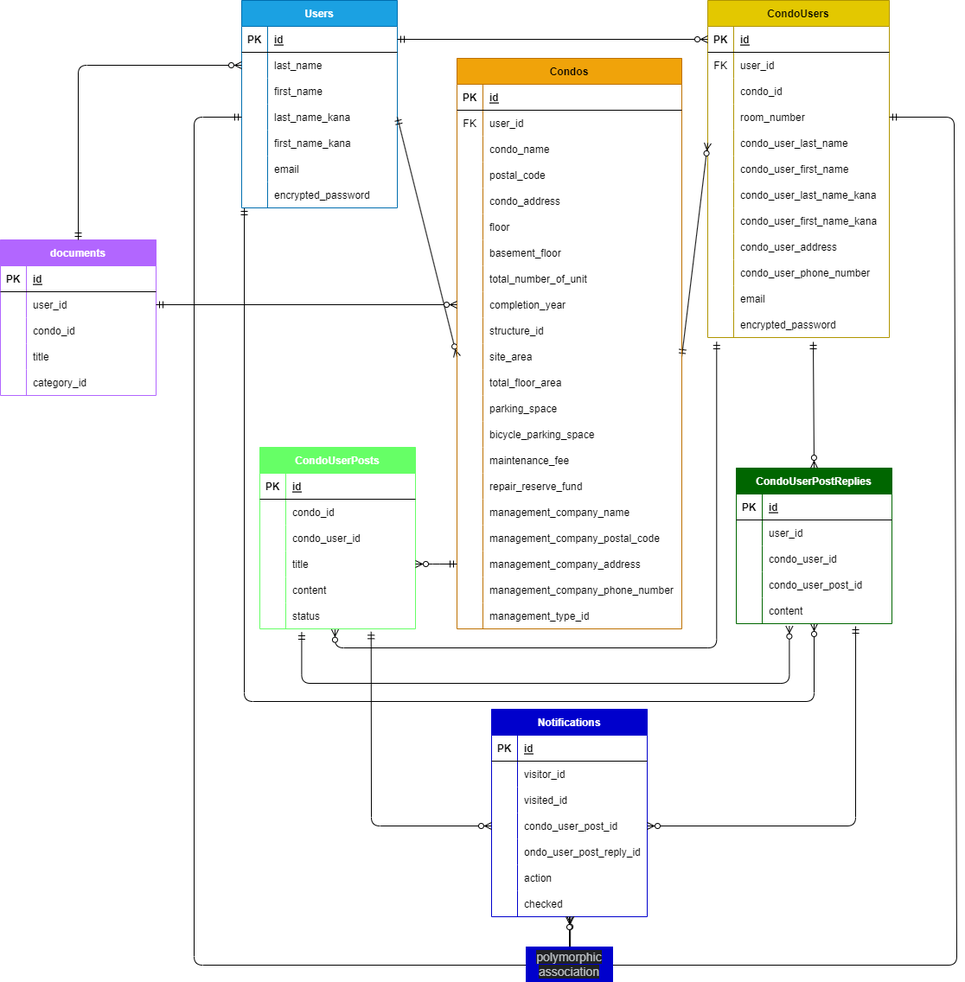
Earlier version of the draw.io export ER.drawio.png (sumachanabc/Rem). Source tidied: cells renumbered, new cells last; positions are measured from the earlier drawing's top-left corner, leaving out a move shared by most shapes.
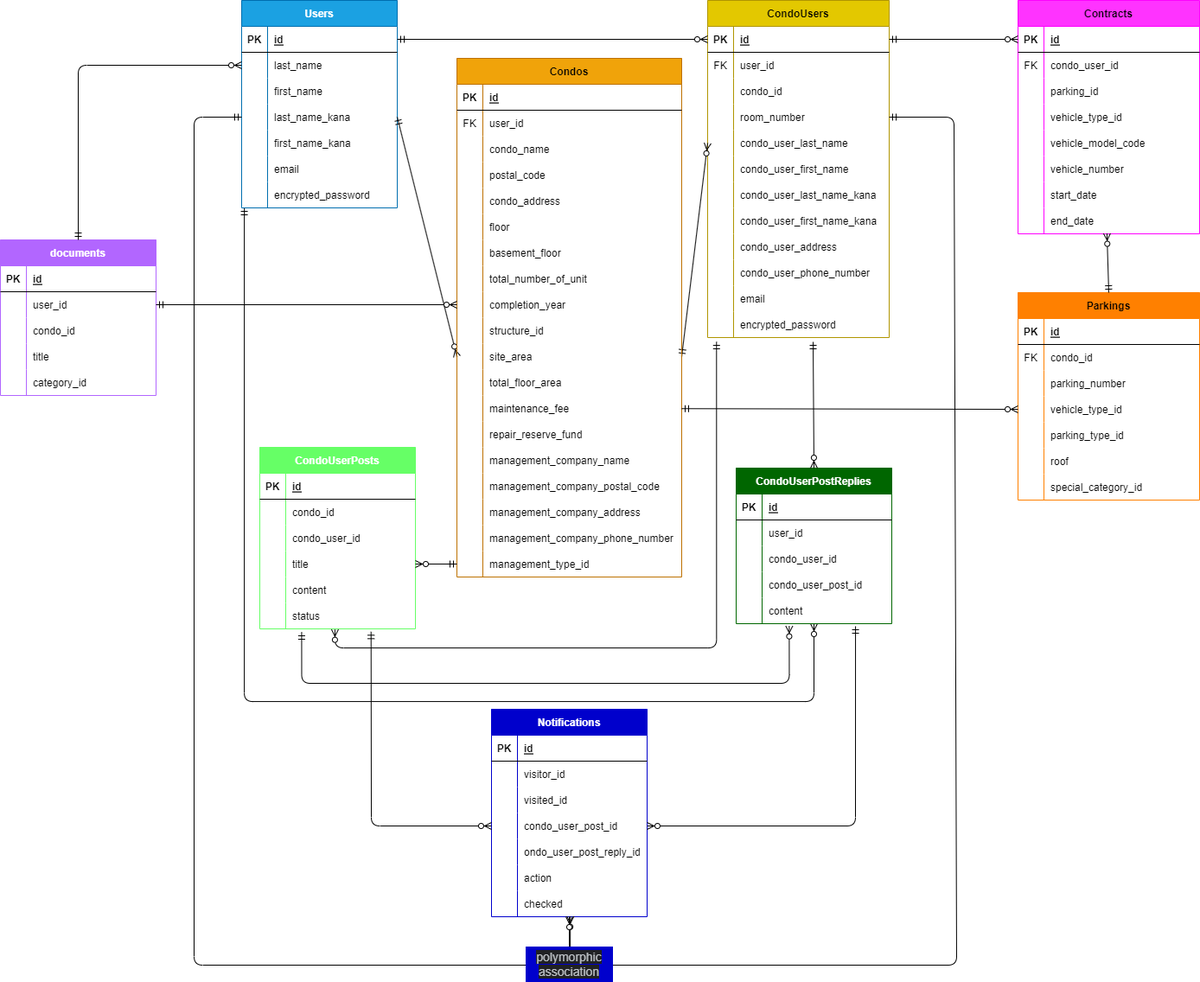
After the commit.

The edit, as a diff of the source:
```diff
@@ -301,7 +301,7 @@
       <mxGeometry relative="1" as="geometry" />
     </mxCell>
     <mxCell id="100" value="Condos" style="shape=table;startSize=30;rowLines=0;fontStyle=1;align=center;fillColor=#f0a30a;fontColor=#000000;strokeColor=#BD7000;" parent="1" vertex="1">
-      <mxGeometry x="528" y="67" width="260" height="660" as="geometry" />
+      <mxGeometry x="528" y="67" width="260" height="600" as="geometry" />
     </mxCell>
     <mxCell id="101" style="shape=tableRow;horizontal=0;startSize=0;swimlaneHead=0;swimlaneBody=0;fillColor=none;top=0;left=0;right=0;bottom=1;" parent="100" vertex="1">
       <mxGeometry y="30" width="260" height="30" as="geometry" />
@@ -411,26 +411,8 @@
     <mxCell id="136" value="total_floor_area" style="shape=partialRectangle;fillColor=none;top=0;left=0;bottom=0;right=0;align=left;spacingLeft=6;overflow=hidden;" parent="134" vertex="1">
       <mxGeometry x="30" width="230" height="30" as="geometry" />
     </mxCell>
-    <mxCell id="137" style="shape=tableRow;horizontal=0;startSize=0;swimlaneHead=0;swimlaneBody=0;fillColor=none;top=0;left=0;right=0;bottom=0;" parent="100" vertex="1">
-      <mxGeometry y="390" width="260" height="30" as="geometry" />
-    </mxCell>
-    <mxCell id="138" style="shape=partialRectangle;fillColor=none;top=0;left=0;bottom=0;right=0;overflow=hidden;" parent="137" vertex="1">
-      <mxGeometry width="30" height="30" as="geometry" />
-    </mxCell>
-    <mxCell id="139" value="parking_space" style="shape=partialRectangle;fillColor=none;top=0;left=0;bottom=0;right=0;align=left;spacingLeft=6;overflow=hidden;" parent="137" vertex="1">
-      <mxGeometry x="30" width="230" height="30" as="geometry" />
-    </mxCell>
-    <mxCell id="140" style="shape=tableRow;horizontal=0;startSize=0;swimlaneHead=0;swimlaneBody=0;fillColor=none;top=0;left=0;right=0;bottom=0;" parent="100" vertex="1">
-      <mxGeometry y="420" width="260" height="30" as="geometry" />
-    </mxCell>
-    <mxCell id="141" style="shape=partialRectangle;fillColor=none;top=0;left=0;bottom=0;right=0;overflow=hidden;" parent="140" vertex="1">
-      <mxGeometry width="30" height="30" as="geometry" />
-    </mxCell>
-    <mxCell id="142" value="bicycle_parking_space" style="shape=partialRectangle;fillColor=none;top=0;left=0;bottom=0;right=0;align=left;spacingLeft=6;overflow=hidden;" parent="140" vertex="1">
-      <mxGeometry x="30" width="230" height="30" as="geometry" />
-    </mxCell>
     <mxCell id="143" style="shape=tableRow;horizontal=0;startSize=0;swimlaneHead=0;swimlaneBody=0;fillColor=none;top=0;left=0;right=0;bottom=0;" parent="100" vertex="1">
-      <mxGeometry y="450" width="260" height="30" as="geometry" />
+      <mxGeometry y="390" width="260" height="30" as="geometry" />
     </mxCell>
     <mxCell id="144" style="shape=partialRectangle;fillColor=none;top=0;left=0;bottom=0;right=0;overflow=hidden;" parent="143" vertex="1">
       <mxGeometry width="30" height="30" as="geometry" />
@@ -439,7 +421,7 @@
       <mxGeometry x="30" width="230" height="30" as="geometry" />
     </mxCell>
     <mxCell id="146" style="shape=tableRow;horizontal=0;startSize=0;swimlaneHead=0;swimlaneBody=0;fillColor=none;top=0;left=0;right=0;bottom=0;" parent="100" vertex="1">
-      <mxGeometry y="480" width="260" height="30" as="geometry" />
+      <mxGeometry y="420" width="260" height="30" as="geometry" />
     </mxCell>
     <mxCell id="147" style="shape=partialRectangle;fillColor=none;top=0;left=0;bottom=0;right=0;overflow=hidden;" parent="146" vertex="1">
       <mxGeometry width="30" height="30" as="geometry" />
@@ -448,7 +430,7 @@
       <mxGeometry x="30" width="230" height="30" as="geometry" />
     </mxCell>
     <mxCell id="149" style="shape=tableRow;horizontal=0;startSize=0;swimlaneHead=0;swimlaneBody=0;fillColor=none;top=0;left=0;right=0;bottom=0;" parent="100" vertex="1">
-      <mxGeometry y="510" width="260" height="30" as="geometry" />
+      <mxGeometry y="450" width="260" height="30" as="geometry" />
     </mxCell>
     <mxCell id="150" style="shape=partialRectangle;fillColor=none;top=0;left=0;bottom=0;right=0;overflow=hidden;" parent="149" vertex="1">
       <mxGeometry width="30" height="30" as="geometry" />
@@ -457,7 +439,7 @@
       <mxGeometry x="30" width="230" height="30" as="geometry" />
     </mxCell>
     <mxCell id="152" style="shape=tableRow;horizontal=0;startSize=0;swimlaneHead=0;swimlaneBody=0;fillColor=none;top=0;left=0;right=0;bottom=0;" parent="100" vertex="1">
-      <mxGeometry y="540" width="260" height="30" as="geometry" />
+      <mxGeometry y="480" width="260" height="30" as="geometry" />
     </mxCell>
     <mxCell id="153" style="shape=partialRectangle;fillColor=none;top=0;left=0;bottom=0;right=0;overflow=hidden;" parent="152" vertex="1">
       <mxGeometry width="30" height="30" as="geometry" />
@@ -466,7 +448,7 @@
       <mxGeometry x="30" width="230" height="30" as="geometry" />
     </mxCell>
     <mxCell id="155" style="shape=tableRow;horizontal=0;startSize=0;swimlaneHead=0;swimlaneBody=0;fillColor=none;points=[[0,0.5],[1,0.5]];portConstraint=eastwest;top=0;left=0;right=0;bottom=0;" parent="100" vertex="1">
-      <mxGeometry y="570" width="260" height="30" as="geometry" />
+      <mxGeometry y="510" width="260" height="30" as="geometry" />
     </mxCell>
     <mxCell id="156" style="shape=partialRectangle;fillColor=none;top=0;left=0;bottom=0;right=0;overflow=hidden;" parent="155" vertex="1">
       <mxGeometry width="30" height="30" as="geometry" />
@@ -475,7 +457,7 @@
       <mxGeometry x="30" width="230" height="30" as="geometry" />
     </mxCell>
     <mxCell id="158" style="shape=tableRow;horizontal=0;startSize=0;swimlaneHead=0;swimlaneBody=0;fillColor=none;top=0;left=0;right=0;bottom=0;" parent="100" vertex="1">
-      <mxGeometry y="600" width="260" height="30" as="geometry" />
+      <mxGeometry y="540" width="260" height="30" as="geometry" />
     </mxCell>
     <mxCell id="159" style="shape=partialRectangle;fillColor=none;top=0;left=0;bottom=0;right=0;overflow=hidden;" parent="158" vertex="1">
       <mxGeometry width="30" height="30" as="geometry" />
@@ -484,7 +466,7 @@
       <mxGeometry x="30" width="230" height="30" as="geometry" />
     </mxCell>
     <mxCell id="161" style="shape=tableRow;horizontal=0;startSize=0;swimlaneHead=0;swimlaneBody=0;fillColor=none;points=[[0,0.5],[1,0.5]];portConstraint=eastwest;top=0;left=0;right=0;bottom=0;" parent="100" vertex="1">
-      <mxGeometry y="630" width="260" height="30" as="geometry" />
+      <mxGeometry y="570" width="260" height="30" as="geometry" />
     </mxCell>
     <mxCell id="162" style="shape=partialRectangle;fillColor=none;top=0;left=0;bottom=0;right=0;overflow=hidden;" parent="161" vertex="1">
       <mxGeometry width="30" height="30" as="geometry" />
@@ -492,7 +474,7 @@
     <mxCell id="163" value="management_type_id" style="shape=partialRectangle;fillColor=none;top=0;left=0;bottom=0;right=0;align=left;spacingLeft=6;overflow=hidden;" parent="161" vertex="1">
       <mxGeometry x="30" width="230" height="30" as="geometry" />
     </mxCell>
-    <mxCell id="164" style="edgeStyle=entityRelationEdgeStyle;fontSize=12;html=1;endArrow=ERzeroToMany;startArrow=ERmandOne;exitX=0;exitY=0.5;exitDx=0;exitDy=0;entryX=1;entryY=0.5;entryDx=0;entryDy=0;" parent="1" edge="1" source="155" target="74">
+    <mxCell id="164" style="fontSize=12;html=1;endArrow=ERzeroToMany;startArrow=ERmandOne;exitX=0;exitY=0.5;exitDx=0;exitDy=0;entryX=1;entryY=0.5;entryDx=0;entryDy=0;" parent="1" edge="1" source="161" target="74">
       <mxGeometry relative="1" as="geometry" />
     </mxCell>
     <mxCell id="165" style="edgeStyle=orthogonalEdgeStyle;fontSize=12;html=1;endArrow=ERzeroToMany;startArrow=ERmandOne;entryX=0.483;entryY=1.022;entryDx=0;entryDy=0;entryPerimeter=0;exitX=0.049;exitY=1.167;exitDx=0;exitDy=0;exitPerimeter=0;" parent="1" edge="1" source="59" target="80">
@@ -673,5 +655,157 @@
         </Array>
       </mxGeometry>
     </mxCell>
+    <mxCell id="213" value="Parkings" style="shape=table;startSize=30;rowLines=0;fontStyle=1;align=center;fillColor=#FF8000;fontColor=#000000;strokeColor=#FF8000;" parent="1" vertex="1">
+      <mxGeometry x="1177" y="338" width="210" height="240" as="geometry" />
+    </mxCell>
+    <mxCell id="214" style="shape=tableRow;horizontal=0;startSize=0;swimlaneHead=0;swimlaneBody=0;fillColor=none;top=0;left=0;right=0;bottom=1;" parent="213" vertex="1">
+      <mxGeometry y="30" width="210" height="30" as="geometry" />
+    </mxCell>
+    <mxCell id="215" value="PK" style="shape=partialRectangle;fillColor=none;top=0;left=0;bottom=0;right=0;fontStyle=1;overflow=hidden;" parent="214" vertex="1">
+      <mxGeometry width="30" height="30" as="geometry" />
+    </mxCell>
+    <mxCell id="216" value="id" style="shape=partialRectangle;fillColor=none;top=0;left=0;bottom=0;right=0;align=left;spacingLeft=6;fontStyle=5;overflow=hidden;" parent="214" vertex="1">
+      <mxGeometry x="30" width="180" height="30" as="geometry" />
+    </mxCell>
+    <mxCell id="217" style="shape=tableRow;horizontal=0;startSize=0;swimlaneHead=0;swimlaneBody=0;fillColor=none;top=0;left=0;right=0;bottom=0;" parent="213" vertex="1">
+      <mxGeometry y="60" width="210" height="30" as="geometry" />
+    </mxCell>
+    <mxCell id="218" value="FK" style="shape=partialRectangle;fillColor=none;top=0;left=0;bottom=0;right=0;overflow=hidden;" parent="217" vertex="1">
+      <mxGeometry width="30" height="30" as="geometry" />
+    </mxCell>
+    <mxCell id="219" value="condo_id" style="shape=partialRectangle;fillColor=none;top=0;left=0;bottom=0;right=0;align=left;spacingLeft=6;overflow=hidden;" parent="217" vertex="1">
+      <mxGeometry x="30" width="180" height="30" as="geometry" />
+    </mxCell>
+    <mxCell id="220" style="shape=tableRow;horizontal=0;startSize=0;swimlaneHead=0;swimlaneBody=0;fillColor=none;top=0;left=0;right=0;bottom=0;" parent="213" vertex="1">
+      <mxGeometry y="90" width="210" height="30" as="geometry" />
+    </mxCell>
+    <mxCell id="221" style="shape=partialRectangle;fillColor=none;top=0;left=0;bottom=0;right=0;overflow=hidden;" parent="220" vertex="1">
+      <mxGeometry width="30" height="30" as="geometry" />
+    </mxCell>
+    <mxCell id="222" value="parking_number" style="shape=partialRectangle;fillColor=none;top=0;left=0;bottom=0;right=0;align=left;spacingLeft=6;overflow=hidden;" parent="220" vertex="1">
+      <mxGeometry x="30" width="180" height="30" as="geometry" />
+    </mxCell>
+    <mxCell id="223" style="shape=tableRow;horizontal=0;startSize=0;swimlaneHead=0;swimlaneBody=0;fillColor=none;points=[[0,0.5],[1,0.5]];portConstraint=eastwest;top=0;left=0;right=0;bottom=0;" parent="213" vertex="1">
+      <mxGeometry y="120" width="210" height="30" as="geometry" />
+    </mxCell>
+    <mxCell id="224" style="shape=partialRectangle;fillColor=none;top=0;left=0;bottom=0;right=0;overflow=hidden;" parent="223" vertex="1">
+      <mxGeometry width="30" height="30" as="geometry" />
+    </mxCell>
+    <mxCell id="225" value="vehicle_type_id" style="shape=partialRectangle;fillColor=none;top=0;left=0;bottom=0;right=0;align=left;spacingLeft=6;overflow=hidden;" parent="223" vertex="1">
+      <mxGeometry x="30" width="180" height="30" as="geometry" />
+    </mxCell>
+    <mxCell id="226" style="shape=tableRow;horizontal=0;startSize=0;swimlaneHead=0;swimlaneBody=0;fillColor=none;top=0;left=0;right=0;bottom=0;" parent="213" vertex="1">
+      <mxGeometry y="150" width="210" height="30" as="geometry" />
+    </mxCell>
+    <mxCell id="227" style="shape=partialRectangle;fillColor=none;top=0;left=0;bottom=0;right=0;overflow=hidden;" parent="226" vertex="1">
+      <mxGeometry width="30" height="30" as="geometry" />
+    </mxCell>
+    <mxCell id="228" value="parking_type_id" style="shape=partialRectangle;fillColor=none;top=0;left=0;bottom=0;right=0;align=left;spacingLeft=6;overflow=hidden;" parent="226" vertex="1">
+      <mxGeometry x="30" width="180" height="30" as="geometry" />
+    </mxCell>
+    <mxCell id="229" style="shape=tableRow;horizontal=0;startSize=0;swimlaneHead=0;swimlaneBody=0;fillColor=none;top=0;left=0;right=0;bottom=0;" parent="213" vertex="1">
+      <mxGeometry y="180" width="210" height="30" as="geometry" />
+    </mxCell>
+    <mxCell id="230" style="shape=partialRectangle;fillColor=none;top=0;left=0;bottom=0;right=0;overflow=hidden;" parent="229" vertex="1">
+      <mxGeometry width="30" height="30" as="geometry" />
+    </mxCell>
+    <mxCell id="231" value="roof" style="shape=partialRectangle;fillColor=none;top=0;left=0;bottom=0;right=0;align=left;spacingLeft=6;overflow=hidden;" parent="229" vertex="1">
+      <mxGeometry x="30" width="180" height="30" as="geometry" />
+    </mxCell>
+    <mxCell id="232" style="shape=tableRow;horizontal=0;startSize=0;swimlaneHead=0;swimlaneBody=0;fillColor=none;top=0;left=0;right=0;bottom=0;" parent="213" vertex="1">
+      <mxGeometry y="210" width="210" height="30" as="geometry" />
+    </mxCell>
+    <mxCell id="233" style="shape=partialRectangle;fillColor=none;top=0;left=0;bottom=0;right=0;overflow=hidden;" parent="232" vertex="1">
+      <mxGeometry width="30" height="30" as="geometry" />
+    </mxCell>
+    <mxCell id="234" value="special_category_id" style="shape=partialRectangle;fillColor=none;top=0;left=0;bottom=0;right=0;align=left;spacingLeft=6;overflow=hidden;" parent="232" vertex="1">
+      <mxGeometry x="30" width="180" height="30" as="geometry" />
+    </mxCell>
+    <mxCell id="235" style="fontSize=12;html=1;endArrow=ERzeroToMany;startArrow=ERmandOne;entryX=0;entryY=0.5;entryDx=0;entryDy=0;" parent="1" edge="1" target="223">
+      <mxGeometry relative="1" as="geometry">
+        <mxPoint x="788" y="472.3" as="sourcePoint" />
+      </mxGeometry>
+    </mxCell>
+    <mxCell id="236" value="Contracts" style="shape=table;startSize=30;rowLines=0;fontStyle=1;align=center;fillColor=#FF33FF;fontColor=#000000;strokeColor=#FF00FF;" parent="1" vertex="1">
+      <mxGeometry x="1177" width="210" height="270" as="geometry" />
+    </mxCell>
+    <mxCell id="237" style="shape=tableRow;horizontal=0;startSize=0;swimlaneHead=0;swimlaneBody=0;fillColor=none;points=[[0,0.5],[1,0.5]];portConstraint=eastwest;top=0;left=0;right=0;bottom=1;" parent="236" vertex="1">
+      <mxGeometry y="30" width="210" height="30" as="geometry" />
+    </mxCell>
+    <mxCell id="238" value="PK" style="shape=partialRectangle;fillColor=none;top=0;left=0;bottom=0;right=0;fontStyle=1;overflow=hidden;" parent="237" vertex="1">
+      <mxGeometry width="30" height="30" as="geometry" />
+    </mxCell>
+    <mxCell id="239" value="id" style="shape=partialRectangle;fillColor=none;top=0;left=0;bottom=0;right=0;align=left;spacingLeft=6;fontStyle=5;overflow=hidden;" parent="237" vertex="1">
+      <mxGeometry x="30" width="180" height="30" as="geometry" />
+    </mxCell>
+    <mxCell id="240" style="shape=tableRow;horizontal=0;startSize=0;swimlaneHead=0;swimlaneBody=0;fillColor=none;top=0;left=0;right=0;bottom=0;" parent="236" vertex="1">
+      <mxGeometry y="60" width="210" height="30" as="geometry" />
+    </mxCell>
+    <mxCell id="241" value="FK" style="shape=partialRectangle;fillColor=none;top=0;left=0;bottom=0;right=0;overflow=hidden;" parent="240" vertex="1">
+      <mxGeometry width="30" height="30" as="geometry" />
+    </mxCell>
+    <mxCell id="242" value="condo_user_id" style="shape=partialRectangle;fillColor=none;top=0;left=0;bottom=0;right=0;align=left;spacingLeft=6;overflow=hidden;" parent="240" vertex="1">
+      <mxGeometry x="30" width="180" height="30" as="geometry" />
+    </mxCell>
+    <mxCell id="243" style="shape=tableRow;horizontal=0;startSize=0;swimlaneHead=0;swimlaneBody=0;fillColor=none;top=0;left=0;right=0;bottom=0;" parent="236" vertex="1">
+      <mxGeometry y="90" width="210" height="30" as="geometry" />
+    </mxCell>
+    <mxCell id="244" style="shape=partialRectangle;fillColor=none;top=0;left=0;bottom=0;right=0;overflow=hidden;" parent="243" vertex="1">
+      <mxGeometry width="30" height="30" as="geometry" />
+    </mxCell>
+    <mxCell id="245" value="parking_id" style="shape=partialRectangle;fillColor=none;top=0;left=0;bottom=0;right=0;align=left;spacingLeft=6;overflow=hidden;" parent="243" vertex="1">
+      <mxGeometry x="30" width="180" height="30" as="geometry" />
+    </mxCell>
+    <mxCell id="246" style="shape=tableRow;horizontal=0;startSize=0;swimlaneHead=0;swimlaneBody=0;fillColor=none;top=0;left=0;right=0;bottom=0;" parent="236" vertex="1">
+      <mxGeometry y="120" width="210" height="30" as="geometry" />
+    </mxCell>
+    <mxCell id="247" style="shape=partialRectangle;fillColor=none;top=0;left=0;bottom=0;right=0;overflow=hidden;" parent="246" vertex="1">
+      <mxGeometry width="30" height="30" as="geometry" />
+    </mxCell>
+    <mxCell id="248" value="vehicle_type_id" style="shape=partialRectangle;fillColor=none;top=0;left=0;bottom=0;right=0;align=left;spacingLeft=6;overflow=hidden;" parent="246" vertex="1">
+      <mxGeometry x="30" width="180" height="30" as="geometry" />
+    </mxCell>
+    <mxCell id="249" style="shape=tableRow;horizontal=0;startSize=0;swimlaneHead=0;swimlaneBody=0;fillColor=none;top=0;left=0;right=0;bottom=0;" parent="236" vertex="1">
+      <mxGeometry y="150" width="210" height="30" as="geometry" />
+    </mxCell>
+    <mxCell id="250" style="shape=partialRectangle;fillColor=none;top=0;left=0;bottom=0;right=0;overflow=hidden;" parent="249" vertex="1">
+      <mxGeometry width="30" height="30" as="geometry" />
+    </mxCell>
+    <mxCell id="251" value="vehicle_model_code" style="shape=partialRectangle;fillColor=none;top=0;left=0;bottom=0;right=0;align=left;spacingLeft=6;overflow=hidden;" parent="249" vertex="1">
+      <mxGeometry x="30" width="180" height="30" as="geometry" />
+    </mxCell>
+    <mxCell id="252" style="shape=tableRow;horizontal=0;startSize=0;swimlaneHead=0;swimlaneBody=0;fillColor=none;top=0;left=0;right=0;bottom=0;" parent="236" vertex="1">
+      <mxGeometry y="180" width="210" height="30" as="geometry" />
+    </mxCell>
+    <mxCell id="253" style="shape=partialRectangle;fillColor=none;top=0;left=0;bottom=0;right=0;overflow=hidden;" parent="252" vertex="1">
+      <mxGeometry width="30" height="30" as="geometry" />
+    </mxCell>
+    <mxCell id="254" value="vehicle_number" style="shape=partialRectangle;fillColor=none;top=0;left=0;bottom=0;right=0;align=left;spacingLeft=6;overflow=hidden;" parent="252" vertex="1">
+      <mxGeometry x="30" width="180" height="30" as="geometry" />
+    </mxCell>
+    <mxCell id="255" style="shape=tableRow;horizontal=0;startSize=0;swimlaneHead=0;swimlaneBody=0;fillColor=none;top=0;left=0;right=0;bottom=0;" parent="236" vertex="1">
+      <mxGeometry y="210" width="210" height="30" as="geometry" />
+    </mxCell>
+    <mxCell id="256" style="shape=partialRectangle;fillColor=none;top=0;left=0;bottom=0;right=0;overflow=hidden;" parent="255" vertex="1">
+      <mxGeometry width="30" height="30" as="geometry" />
+    </mxCell>
+    <mxCell id="257" value="start_date" style="shape=partialRectangle;fillColor=none;top=0;left=0;bottom=0;right=0;align=left;spacingLeft=6;overflow=hidden;" parent="255" vertex="1">
+      <mxGeometry x="30" width="180" height="30" as="geometry" />
+    </mxCell>
+    <mxCell id="258" style="shape=tableRow;horizontal=0;startSize=0;swimlaneHead=0;swimlaneBody=0;fillColor=none;points=[[0,0.5],[1,0.5]];portConstraint=eastwest;top=0;left=0;right=0;bottom=0;" parent="236" vertex="1">
+      <mxGeometry y="240" width="210" height="30" as="geometry" />
+    </mxCell>
+    <mxCell id="259" style="shape=partialRectangle;fillColor=none;top=0;left=0;bottom=0;right=0;overflow=hidden;" parent="258" vertex="1">
+      <mxGeometry width="30" height="30" as="geometry" />
+    </mxCell>
+    <mxCell id="260" value="end_date" style="shape=partialRectangle;fillColor=none;top=0;left=0;bottom=0;right=0;align=left;spacingLeft=6;overflow=hidden;" parent="258" vertex="1">
+      <mxGeometry x="30" width="180" height="30" as="geometry" />
+    </mxCell>
+    <mxCell id="261" style="fontSize=12;html=1;endArrow=ERzeroToMany;startArrow=ERmandOne;exitX=0.5;exitY=0;exitDx=0;exitDy=0;entryX=0.49;entryY=0.985;entryDx=0;entryDy=0;entryPerimeter=0;" parent="1" edge="1" source="213" target="258">
+      <mxGeometry relative="1" as="geometry" />
+    </mxCell>
+    <mxCell id="262" style="fontSize=12;html=1;endArrow=ERzeroToMany;startArrow=ERmandOne;exitX=1;exitY=0.5;exitDx=0;exitDy=0;entryX=0;entryY=0.5;entryDx=0;entryDy=0;" parent="1" edge="1" source="26" target="237">
+      <mxGeometry relative="1" as="geometry" />
+    </mxCell>
   </root>
 </mxGraphModel>
```
